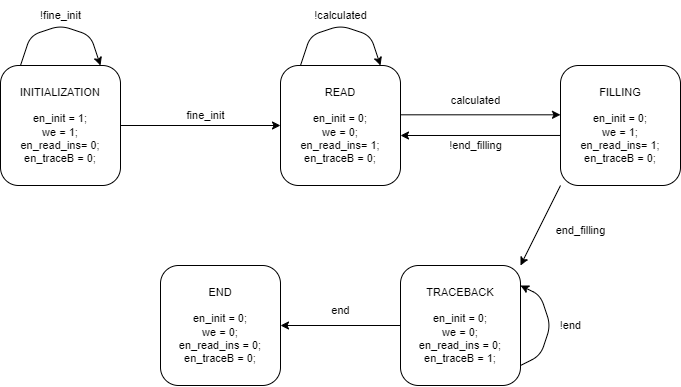
Earlier version of the draw.io export FSM_Schematic.drawio.png (Dani-Picciau/NW_algorithm). Source tidied: cells renumbered, new cells last; positions are measured from the earlier drawing's top-left corner, leaving out a move shared by most shapes.
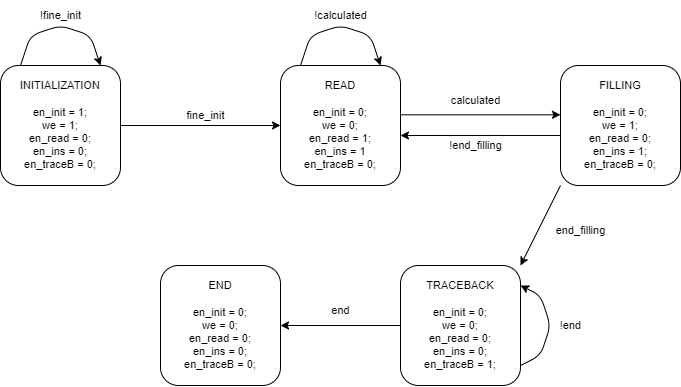
After the change.

What changed in the source:
```diff
@@ -1,11 +1,11 @@
-<mxGraphModel background="#ffffff">
+<mxGraphModel>
   <root>
     <mxCell id="0" />
     <mxCell id="1" parent="0" />
-    <mxCell id="2" value="INITIALIZATION&lt;br style=&quot;font-size: 11px;&quot;&gt;&lt;br style=&quot;font-size: 11px;&quot;&gt;en_init = 1;&lt;br style=&quot;font-size: 11px;&quot;&gt;we = 1;&lt;br style=&quot;font-size: 11px;&quot;&gt;en_read_ins= 0;&lt;br style=&quot;font-size: 11px;&quot;&gt;en_traceB = 0;" style="rounded=1;whiteSpace=wrap;html=1;fontSize=11;" parent="1" vertex="1">
+    <mxCell id="2" value="INITIALIZATION&lt;br style=&quot;font-size: 11px;&quot;&gt;&lt;br style=&quot;font-size: 11px;&quot;&gt;en_init = 1;&lt;br style=&quot;font-size: 11px;&quot;&gt;we = 1;&lt;br style=&quot;font-size: 11px;&quot;&gt;en_read = 0;&lt;br&gt;en_ins = 0;&lt;br style=&quot;font-size: 11px;&quot;&gt;en_traceB = 0;" style="rounded=1;whiteSpace=wrap;html=1;fontSize=11;" parent="1" vertex="1">
       <mxGeometry y="65" width="120" height="120" as="geometry" />
     </mxCell>
-    <mxCell id="3" value="READ&lt;br style=&quot;font-size: 11px;&quot;&gt;&lt;br style=&quot;font-size: 11px;&quot;&gt;en_init = 0;&lt;br style=&quot;font-size: 11px;&quot;&gt;we = 0;&lt;br style=&quot;font-size: 11px;&quot;&gt;en_read_ins= 1;&lt;br style=&quot;font-size: 11px;&quot;&gt;en_traceB = 0;" style="rounded=1;whiteSpace=wrap;html=1;fontSize=11;" parent="1" vertex="1">
+    <mxCell id="3" value="READ&lt;br style=&quot;font-size: 11px;&quot;&gt;&lt;br style=&quot;font-size: 11px;&quot;&gt;en_init = 0;&lt;br style=&quot;font-size: 11px;&quot;&gt;we = 0;&lt;br style=&quot;font-size: 11px;&quot;&gt;en_read = 1;&lt;br&gt;en_ins = 1&lt;br style=&quot;font-size: 11px;&quot;&gt;en_traceB = 0;" style="rounded=1;whiteSpace=wrap;html=1;fontSize=11;" parent="1" vertex="1">
       <mxGeometry x="280" y="65" width="120" height="120" as="geometry" />
     </mxCell>
     <mxCell id="4" style="endArrow=classic;html=1;exitX=1;exitY=0.5;exitDx=0;exitDy=0;fontSize=11;" parent="1" edge="1" source="2">
@@ -30,7 +30,7 @@
     <mxCell id="7" value="!fine_init" style="text;html=1;align=center;verticalAlign=middle;strokeColor=none;fillColor=none;fontSize=11;" parent="1" vertex="1">
       <mxGeometry x="30" width="60" height="30" as="geometry" />
     </mxCell>
-    <mxCell id="8" value="FILLING&lt;br&gt;&lt;br style=&quot;font-size: 11px;&quot;&gt;en_init = 0;&lt;br style=&quot;font-size: 11px;&quot;&gt;we = 1;&lt;br style=&quot;font-size: 11px;&quot;&gt;en_read_ins= 1;&lt;br style=&quot;font-size: 11px;&quot;&gt;en_traceB = 0;" style="rounded=1;whiteSpace=wrap;html=1;fontSize=11;" parent="1" vertex="1">
+    <mxCell id="8" value="FILLING&lt;br&gt;&lt;br style=&quot;font-size: 11px;&quot;&gt;en_init = 0;&lt;br style=&quot;font-size: 11px;&quot;&gt;we = 1;&lt;br style=&quot;font-size: 11px;&quot;&gt;en_read = 0;&lt;br&gt;en_ins = 1;&lt;br style=&quot;font-size: 11px;&quot;&gt;en_traceB = 0;" style="rounded=1;whiteSpace=wrap;html=1;fontSize=11;" parent="1" vertex="1">
       <mxGeometry x="560" y="65" width="120" height="120" as="geometry" />
     </mxCell>
     <mxCell id="9" style="endArrow=classic;html=1;fontSize=11;" parent="1" edge="1">
@@ -64,10 +64,10 @@
     <mxCell id="14" value="!end_filling" style="text;html=1;align=center;verticalAlign=middle;strokeColor=none;fillColor=none;fontSize=11;" parent="1" vertex="1">
       <mxGeometry x="435" y="130" width="80" height="30" as="geometry" />
     </mxCell>
-    <mxCell id="15" value="TRACEBACK&lt;br style=&quot;font-size: 11px;&quot;&gt;&lt;br style=&quot;font-size: 11px;&quot;&gt;en_init = 0;&lt;br style=&quot;font-size: 11px;&quot;&gt;we = 0;&lt;br style=&quot;font-size: 11px;&quot;&gt;en_read_ins = 0;&lt;br style=&quot;font-size: 11px;&quot;&gt;en_traceB = 1;" style="rounded=1;whiteSpace=wrap;html=1;fontSize=11;" parent="1" vertex="1">
+    <mxCell id="15" value="TRACEBACK&lt;br style=&quot;font-size: 11px;&quot;&gt;&lt;br style=&quot;font-size: 11px;&quot;&gt;en_init = 0;&lt;br style=&quot;font-size: 11px;&quot;&gt;we = 0;&lt;br style=&quot;font-size: 11px;&quot;&gt;en_read = 0;&lt;br&gt;en_ins = 0;&lt;br style=&quot;font-size: 11px;&quot;&gt;en_traceB = 1;" style="rounded=1;whiteSpace=wrap;html=1;fontSize=11;" parent="1" vertex="1">
       <mxGeometry x="400" y="265" width="120" height="120" as="geometry" />
     </mxCell>
-    <mxCell id="16" value="END&lt;br style=&quot;font-size: 11px;&quot;&gt;&lt;br style=&quot;font-size: 11px;&quot;&gt;en_init = 0;&lt;br style=&quot;font-size: 11px;&quot;&gt;we = 0;&lt;br style=&quot;font-size: 11px;&quot;&gt;en_read_ins = 0;&lt;br style=&quot;font-size: 11px;&quot;&gt;en_traceB = 0;" style="rounded=1;whiteSpace=wrap;html=1;fontSize=11;" parent="1" vertex="1">
+    <mxCell id="16" value="END&lt;br style=&quot;font-size: 11px;&quot;&gt;&lt;br style=&quot;font-size: 11px;&quot;&gt;en_init = 0;&lt;br style=&quot;font-size: 11px;&quot;&gt;we = 0;&lt;br style=&quot;font-size: 11px;&quot;&gt;en_read = 0;&lt;br&gt;en_ins = 0;&lt;br style=&quot;font-size: 11px;&quot;&gt;en_traceB = 0;" style="rounded=1;whiteSpace=wrap;html=1;fontSize=11;" parent="1" vertex="1">
       <mxGeometry x="160" y="265" width="120" height="120" as="geometry" />
     </mxCell>
     <mxCell id="17" style="endArrow=classic;html=1;exitX=0;exitY=0.5;exitDx=0;exitDy=0;fontSize=11;" parent="1" edge="1" source="15">
```
